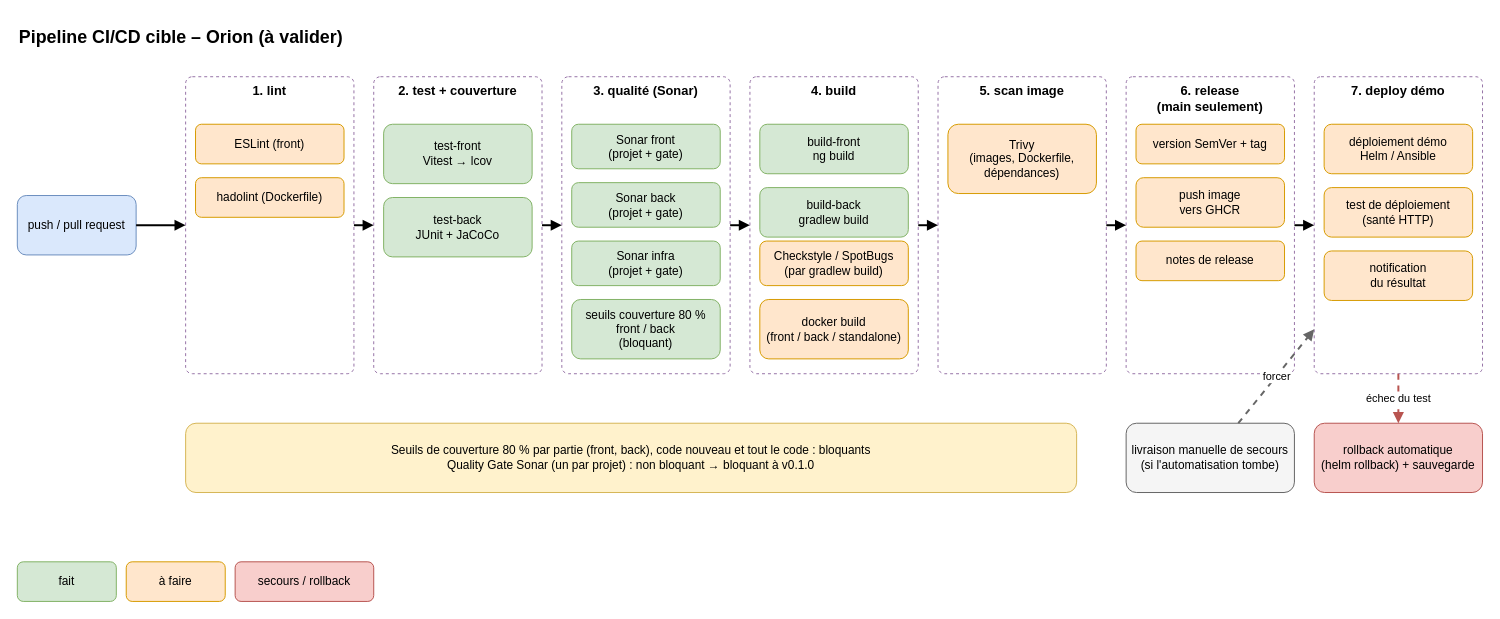
Above: docs/livrables/schema_pipeline_ci_cd.drawio in denoyela-4913/dev-project-06-orion (draw.io), before the change. Source tidied: cells renumbered, new cells numbered last; positions are measured from the earlier drawing's top-left corner, leaving out a move shared by most shapes. Both pictures are drawn from the tidied source at 99%, with x=0, y=0 at pixel (17, 17).
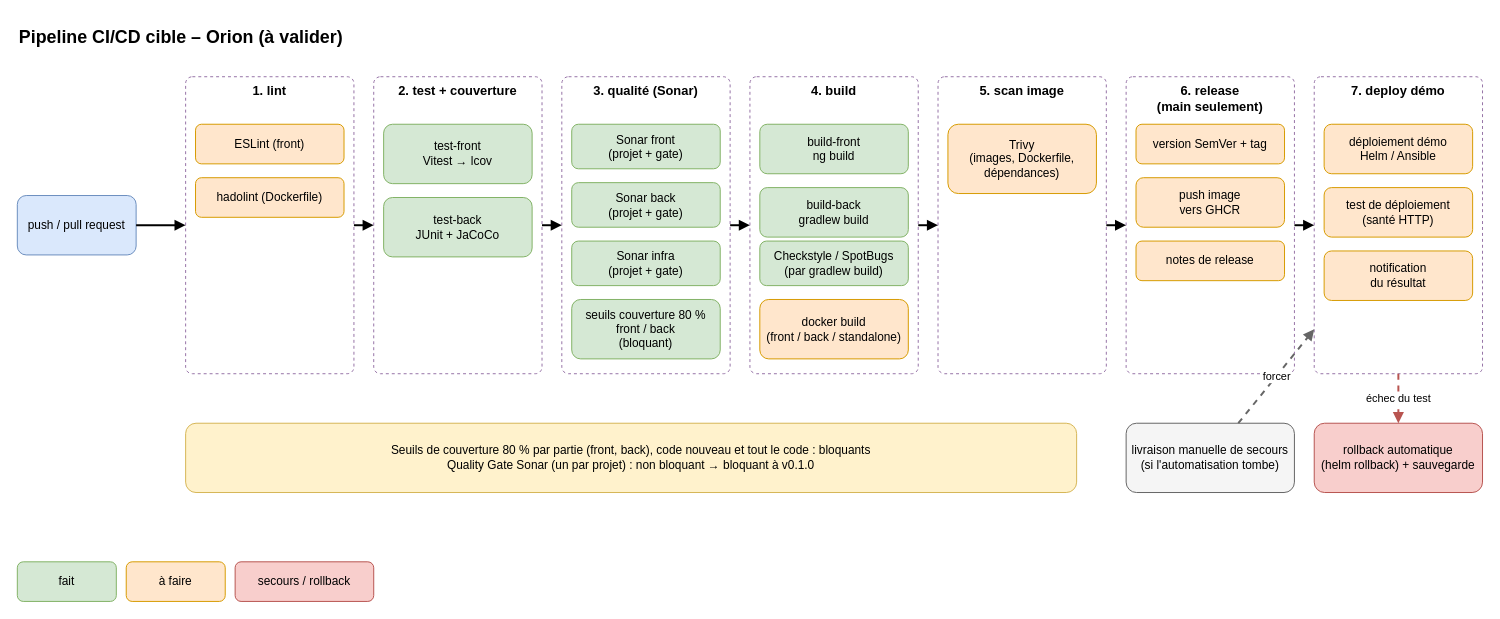
The same page after the edit.

Commit message (it also covers changes not shown here):
docs: mark checkstyle and spotbugs as done in the pipeline diagram

Diff of the diagram source:
```diff
@@
-    <mxCell id="21" value="Checkstyle / SpotBugs&#10;(par gradlew build)" style="rounded=1;whiteSpace=wrap;html=1;fillColor=#ffe6cc;strokeColor=#d79b00;" parent="1" vertex="1">
+    <mxCell id="21" value="Checkstyle / SpotBugs&#10;(par gradlew build)" style="rounded=1;whiteSpace=wrap;html=1;fillColor=#d5e8d4;strokeColor=#82b366;" parent="1" vertex="1">
       <mxGeometry x="750" y="226" width="150" height="45" as="geometry" />
     </mxCell>
```
